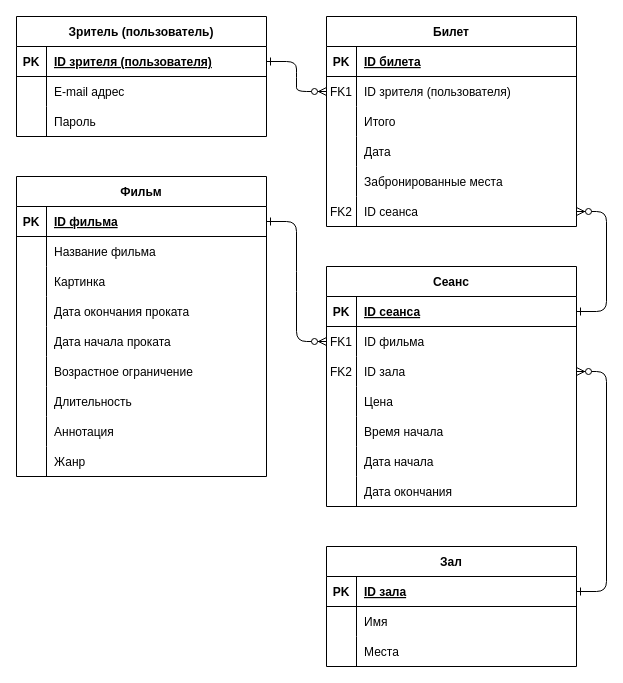
Before: images and schemes/logic model.drawio in xreyaf/cinema-app, a draw.io diagram. Source tidied: cells renumbered, new cells numbered last; positions are measured from the earlier drawing's top-left corner, leaving out a move shared by most shapes. Both pictures are drawn from the tidied source at 100%, with x=0, y=0 at pixel (16, 16).
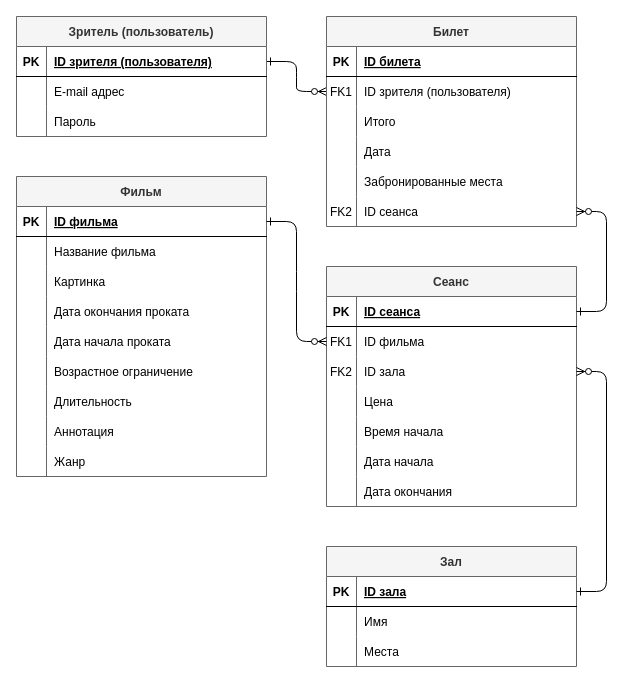
Above is the later version.

What changed in the source:
```diff
@@
-    <mxCell id="3" value="Билет" style="shape=table;startSize=30;childLayout=tableLayout;rowLines=0;fontStyle=1;align=center;" parent="1" vertex="1">
+    <mxCell id="3" value="Билет" style="shape=table;startSize=30;childLayout=tableLayout;rowLines=0;fontStyle=1;align=center;fillColor=#f5f5f5;strokeColor=#666666;fontColor=#333333;" parent="1" vertex="1">
       <mxGeometry x="310" width="250" height="210" as="geometry" />
     </mxCell>
@@
-    <mxCell id="22" value="Сеанс" style="shape=table;startSize=30;childLayout=tableLayout;rowLines=0;fontStyle=1;align=center;" parent="1" vertex="1">
+    <mxCell id="22" value="Сеанс" style="shape=table;startSize=30;childLayout=tableLayout;rowLines=0;fontStyle=1;align=center;fillColor=#f5f5f5;strokeColor=#666666;fontColor=#333333;" parent="1" vertex="1">
       <mxGeometry x="310" y="250" width="250" height="240" as="geometry" />
     </mxCell>
@@
-    <mxCell id="44" value="Зритель (пользователь)" style="shape=table;startSize=30;childLayout=tableLayout;rowLines=0;fontStyle=1;align=center;" parent="1" vertex="1">
+    <mxCell id="44" value="Зритель (пользователь)" style="shape=table;startSize=30;childLayout=tableLayout;rowLines=0;fontStyle=1;align=center;fillColor=#f5f5f5;strokeColor=#666666;fontColor=#333333;" parent="1" vertex="1">
       <mxGeometry width="250" height="120" as="geometry" />
     </mxCell>
@@
-    <mxCell id="54" value="Фильм" style="shape=table;startSize=30;childLayout=tableLayout;rowLines=0;fontStyle=1;align=center;" parent="1" vertex="1">
+    <mxCell id="54" value="Фильм" style="shape=table;startSize=30;childLayout=tableLayout;rowLines=0;fontStyle=1;align=center;fillColor=#f5f5f5;strokeColor=#666666;fontColor=#333333;" parent="1" vertex="1">
       <mxGeometry y="160" width="250" height="300" as="geometry" />
     </mxCell>
@@
-    <mxCell id="82" value="Зал" style="shape=table;startSize=30;childLayout=tableLayout;rowLines=0;fontStyle=1;align=center;" parent="1" vertex="1">
+    <mxCell id="82" value="Зал" style="shape=table;startSize=30;childLayout=tableLayout;rowLines=0;fontStyle=1;align=center;fillColor=#f5f5f5;strokeColor=#666666;fontColor=#333333;" parent="1" vertex="1">
       <mxGeometry x="310" y="530" width="250" height="120" as="geometry" />
     </mxCell>
```
